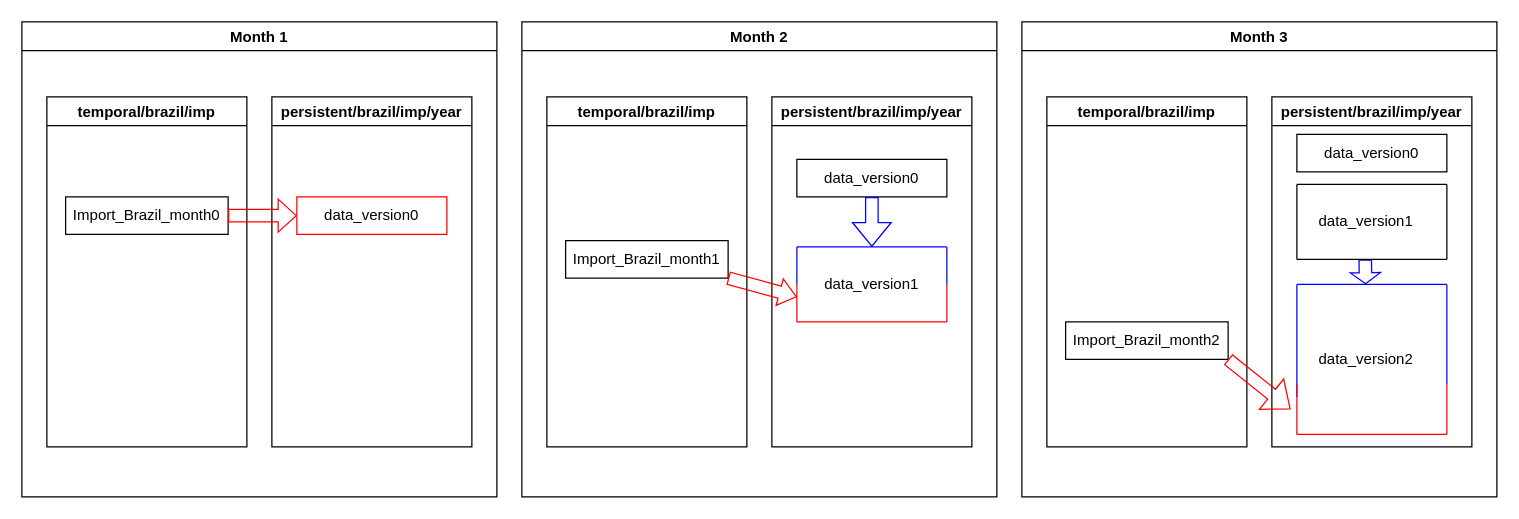
Earlier version of the draw.io diagram figures/versioning schema.drawio (ferrazzipietro/DataImporta). Source tidied: cells renumbered, new cells numbered last; positions are measured from the earlier drawing's top-left corner, leaving out a move shared by most shapes. Both pictures are drawn from the tidied source at 125%, with x=0, y=0 at pixel (21, 21).
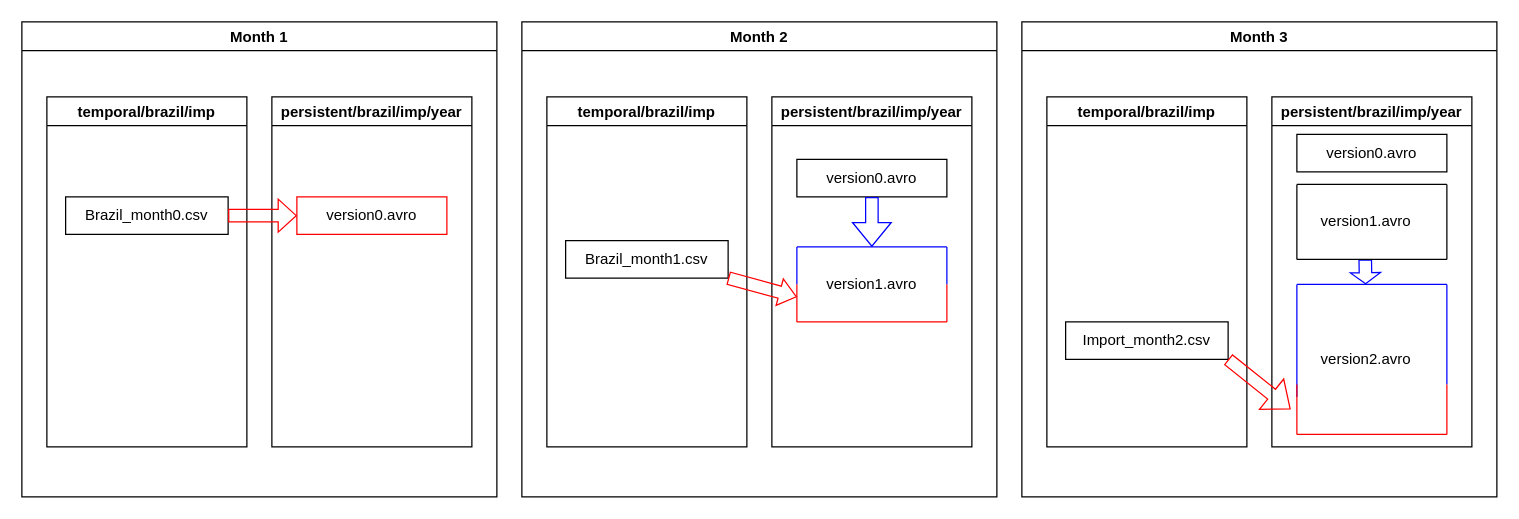
After the change.

Unchanged cells that the change refers to:
```xml
<mxCell id="3" value="temporal/brazil/imp" style="swimlane;" parent="2" vertex="1">
  <mxGeometry x="20" y="60" width="160" height="280" as="geometry" />
</mxCell>
<mxCell id="5" value="persistent/brazil/imp/year" style="swimlane;" parent="2" vertex="1">
  <mxGeometry x="200" y="60" width="160" height="280" as="geometry" />
</mxCell>
<mxCell id="9" value="temporal/brazil/imp" style="swimlane;" parent="8" vertex="1">
  <mxGeometry x="20" y="60" width="160" height="280" as="geometry" />
</mxCell>
<mxCell id="11" value="persistent/brazil/imp/year" style="swimlane;" parent="8" vertex="1">
  <mxGeometry x="200" y="60" width="160" height="280" as="geometry" />
</mxCell>
<mxCell id="14" style="group;" parent="11" vertex="1">
  <mxGeometry x="20" y="120" width="120" height="60" as="geometry" />
</mxCell>
<mxCell id="24" value="temporal/brazil/imp" style="swimlane;" parent="23" vertex="1">
  <mxGeometry x="20" y="60" width="160" height="280" as="geometry" />
</mxCell>
<mxCell id="27" value="persistent/brazil/imp/year" style="swimlane;" parent="23" vertex="1">
  <mxGeometry x="200" y="60" width="160" height="280" as="geometry" />
</mxCell>
```

What changed in the source:
```diff
@@
-    <mxCell id="4" value="Import_Brazil_month0" style="rounded=0;whiteSpace=wrap;html=1;" parent="3" vertex="1">
+    <mxCell id="4" value="Brazil_month0.csv" style="rounded=0;whiteSpace=wrap;html=1;" parent="3" vertex="1">
       <mxGeometry x="15" y="80" width="130" height="30" as="geometry" />
     </mxCell>
@@
-    <mxCell id="6" value="data_version0" style="rounded=0;whiteSpace=wrap;html=1;strokeColor=#FF0000;" parent="5" vertex="1">
+    <mxCell id="6" value="version0.avro" style="rounded=0;whiteSpace=wrap;html=1;strokeColor=#FF0000;" parent="5" vertex="1">
       <mxGeometry x="20" y="80" width="120" height="30" as="geometry" />
     </mxCell>
@@
-    <mxCell id="10" value="Import_Brazil_month1" style="rounded=0;whiteSpace=wrap;html=1;" parent="9" vertex="1">
+    <mxCell id="10" value="Brazil_month1.csv" style="rounded=0;whiteSpace=wrap;html=1;" parent="9" vertex="1">
       <mxGeometry x="15" y="115" width="130" height="30" as="geometry" />
     </mxCell>
@@
-    <mxCell id="12" value="data_version0" style="rounded=0;whiteSpace=wrap;html=1;" parent="11" vertex="1">
+    <mxCell id="12" value="version0.avro" style="rounded=0;whiteSpace=wrap;html=1;" parent="11" vertex="1">
       <mxGeometry x="20" y="50" width="120" height="30" as="geometry" />
     </mxCell>
@@
-    <mxCell id="21" value="data_version1" style="text;html=1;strokeColor=none;fillColor=none;align=center;verticalAlign=middle;whiteSpace=wrap;rounded=0;" parent="14" vertex="1">
+    <mxCell id="21" value="version1.avro" style="text;html=1;strokeColor=none;fillColor=none;align=center;verticalAlign=middle;whiteSpace=wrap;rounded=0;" parent="14" vertex="1">
       <mxGeometry x="30" y="18.8" width="60" height="22.5" as="geometry" />
     </mxCell>
@@
-    <mxCell id="25" value="Import_Brazil_month2" style="rounded=0;whiteSpace=wrap;html=1;" parent="24" vertex="1">
+    <mxCell id="25" value="Import_month2.csv" style="rounded=0;whiteSpace=wrap;html=1;" parent="24" vertex="1">
       <mxGeometry x="15" y="180" width="130" height="30" as="geometry" />
     </mxCell>
@@
-    <mxCell id="28" value="data_version0" style="rounded=0;whiteSpace=wrap;html=1;" parent="27" vertex="1">
+    <mxCell id="28" value="version0.avro" style="rounded=0;whiteSpace=wrap;html=1;" parent="27" vertex="1">
       <mxGeometry x="20" y="30" width="120" height="30" as="geometry" />
     </mxCell>
-    <mxCell id="29" value="data_version1" style="text;html=1;align=center;verticalAlign=middle;strokeColor=none;fillColor=none;" parent="27" vertex="1">
+    <mxCell id="29" value="version1.avro" style="text;html=1;align=center;verticalAlign=middle;strokeColor=none;fillColor=none;" parent="27" vertex="1">
       <mxGeometry x="30" y="90" width="90" height="20" as="geometry" />
     </mxCell>
@@
-    <mxCell id="31" value="data_version2" style="text;html=1;align=center;verticalAlign=middle;strokeColor=none;fillColor=none;" parent="27" vertex="1">
+    <mxCell id="31" value="version2.avro" style="text;html=1;align=center;verticalAlign=middle;strokeColor=none;fillColor=none;" parent="27" vertex="1">
       <mxGeometry x="30" y="200" width="90" height="20" as="geometry" />
     </mxCell>
```
